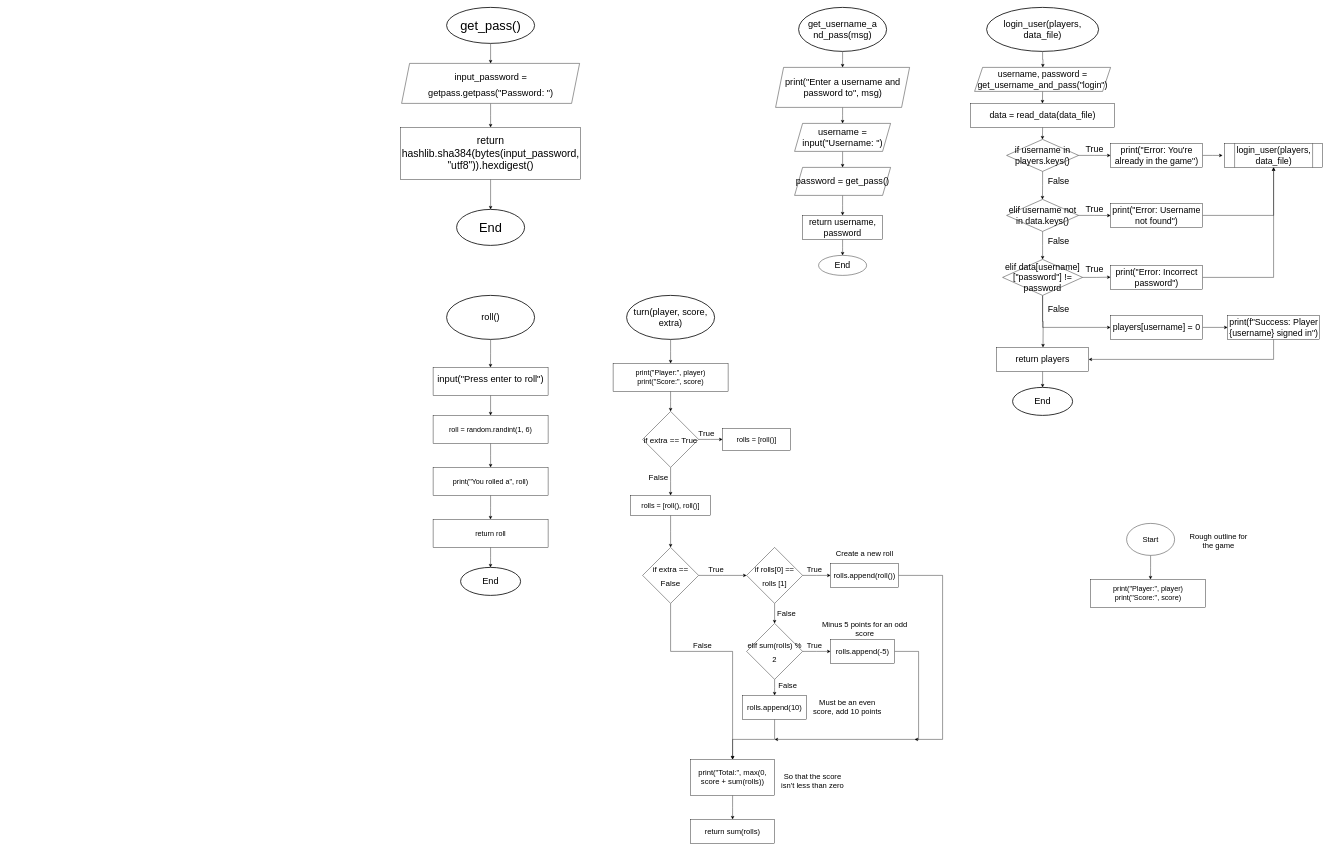
This is Untitled Diagram.drawio from SpyHoodle/python-dice-game, a draw.io file, before an edit. Source tidied: cells renumbered, new cells numbered last; positions are measured from the earlier drawing's top-left corner, leaving out a move shared by most shapes. Both pictures are drawn from the tidied source at 40%, with x=0, y=0 at pixel (400, 7).
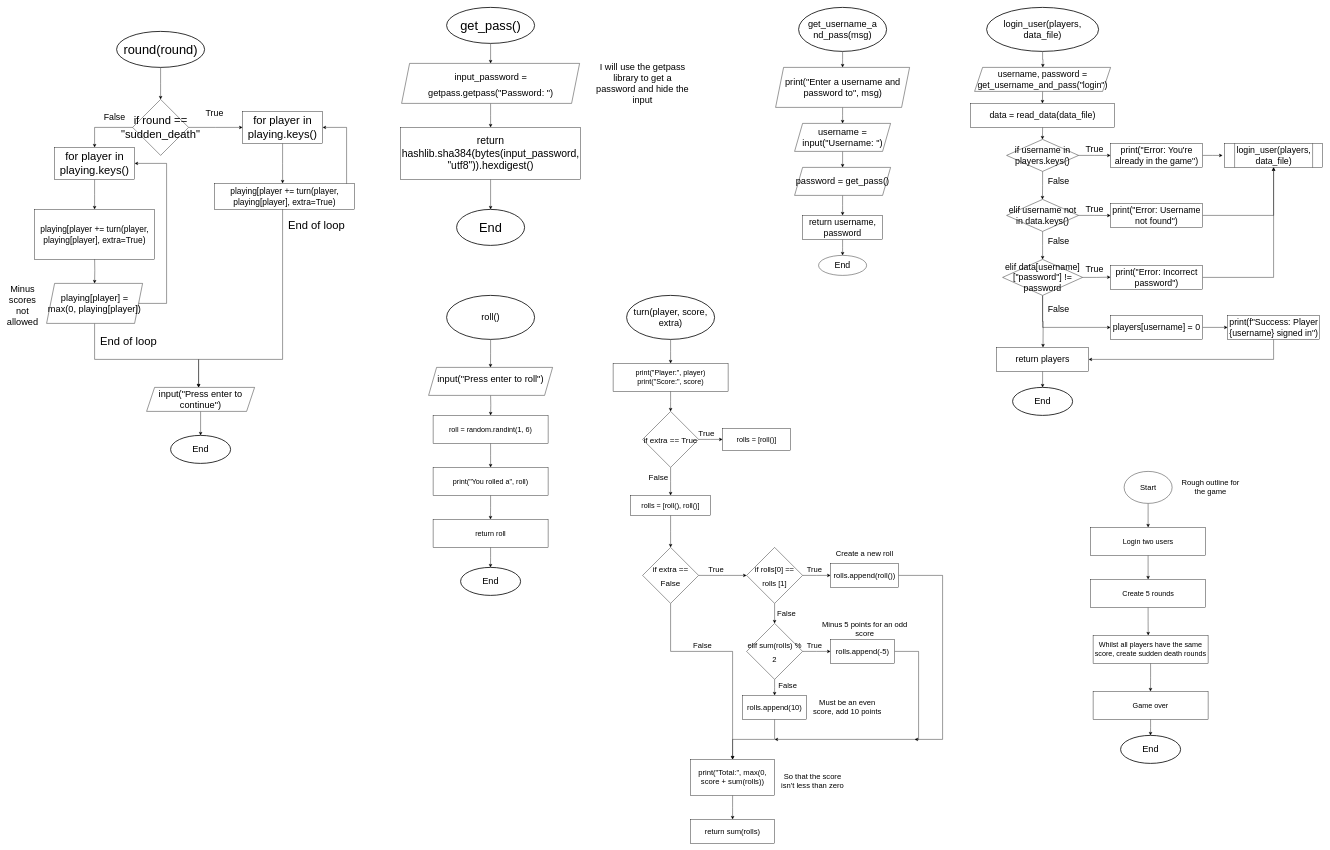
The same diagram, later.

Unchanged cells that the change refers to:
```xml
<mxCell id="61" value="roll = random.randint(1, 6)" style="rounded=0;whiteSpace=wrap;html=1;fontSize=18;" parent="1" vertex="1">
  <mxGeometry x="81.2" y="1020" width="287.5" height="70" as="geometry" />
</mxCell>
```

Change to the diagram source:
```diff
@@
-    <mxCell id="58" style="edgeStyle=orthogonalEdgeStyle;rounded=0;jettySize=auto;html=1;exitX=0.5;exitY=1;exitDx=0;exitDy=0;entryX=0.5;entryY=0;entryDx=0;entryDy=0;fontSize=28;" parent="1" edge="1" source="59" target="61">
-      <mxGeometry relative="1" as="geometry" />
+    <mxCell id="58" style="edgeStyle=orthogonalEdgeStyle;rounded=0;jettySize=auto;html=1;exitX=0.5;exitY=1;exitDx=0;exitDy=0;entryX=0.5;entryY=0;entryDx=0;entryDy=0;fontSize=28;" parent="1" edge="1" target="61">
+      <mxGeometry relative="1" as="geometry">
+        <mxPoint x="225" y="970" as="sourcePoint" />
+      </mxGeometry>
     </mxCell>
-    <mxCell id="59" value="&lt;font style=&quot;font-size: 28px&quot;&gt;&lt;sup&gt;input(&quot;Press enter to roll&quot;)&lt;br style=&quot;font-size: 28px&quot;&gt;&lt;/sup&gt;&lt;/font&gt;" style="rounded=0;whiteSpace=wrap;html=1;fontSize=18;" parent="1" vertex="1">
-      <mxGeometry x="81.2" y="900" width="287.5" height="70" as="geometry" />
-    </mxCell>
@@
-    <mxCell id="107" style="edgeStyle=orthogonalEdgeStyle;rounded=0;jettySize=auto;html=1;exitX=0.5;exitY=1;exitDx=0;exitDy=0;fontSize=19;" parent="1" edge="1" source="108">
-      <mxGeometry relative="1" as="geometry">
-        <mxPoint x="1874.7" y="1430" as="targetPoint" />
-      </mxGeometry>
-    </mxCell>
+    <mxCell id="111" style="edgeStyle=orthogonalEdgeStyle;rounded=0;jettySize=auto;html=1;exitX=0.5;exitY=1;exitDx=0;exitDy=0;entryX=0.5;entryY=0;entryDx=0;entryDy=0;fontSize=19;" parent="1" edge="1" source="108" target="119">
+      <mxGeometry relative="1" as="geometry" />
+    </mxCell>
     <mxCell id="108" value="Start" style="ellipse;whiteSpace=wrap;html=1;fontSize=19;" parent="1" vertex="1">
-      <mxGeometry x="1815" y="1290" width="120" height="80" as="geometry" />
+      <mxGeometry x="1808.8" y="1160" width="120" height="80" as="geometry" />
     </mxCell>
     <mxCell id="109" value="Rough outline for the game" style="text;html=1;strokeColor=none;fillColor=none;align=center;verticalAlign=middle;whiteSpace=wrap;rounded=0;fontSize=19;" parent="1" vertex="1">
-      <mxGeometry x="1965" y="1320" width="160" height="30" as="geometry" />
+      <mxGeometry x="1945" y="1185" width="160" height="30" as="geometry" />
     </mxCell>
+    <mxCell id="112" style="edgeStyle=orthogonalEdgeStyle;rounded=0;jettySize=auto;html=1;exitX=0.5;exitY=1;exitDx=0;exitDy=0;fontSize=19;" parent="1" edge="1" source="110">
+      <mxGeometry relative="1" as="geometry">
+        <mxPoint x="1869" y="1570" as="targetPoint" />
+      </mxGeometry>
+    </mxCell>
-    <mxCell id="110" value="&lt;div&gt;print(&quot;Player:&quot;, player)&lt;/div&gt;&lt;div&gt;print(&quot;Score:&quot;, score)&lt;br&gt;&lt;/div&gt;" style="rounded=0;whiteSpace=wrap;html=1;fontSize=18;" parent="1" vertex="1">
+    <mxCell id="110" value="Create 5 rounds" style="rounded=0;whiteSpace=wrap;html=1;fontSize=18;" parent="1" vertex="1">
       <mxGeometry x="1725" y="1430" width="287.5" height="70" as="geometry" />
     </mxCell>
+    <mxCell id="113" style="edgeStyle=orthogonalEdgeStyle;rounded=0;jettySize=auto;html=1;exitX=0.5;exitY=1;exitDx=0;exitDy=0;fontSize=19;" parent="1" edge="1" source="114">
+      <mxGeometry relative="1" as="geometry">
+        <mxPoint x="1874.7" y="1710" as="targetPoint" />
+      </mxGeometry>
+    </mxCell>
+    <mxCell id="114" value="Whilst all players have the same score, create sudden death rounds" style="rounded=0;whiteSpace=wrap;html=1;fontSize=18;" parent="1" vertex="1">
+      <mxGeometry x="1731.2" y="1570" width="287.5" height="70" as="geometry" />
+    </mxCell>
+    <mxCell id="115" style="edgeStyle=orthogonalEdgeStyle;rounded=0;jettySize=auto;html=1;exitX=0.5;exitY=1;exitDx=0;exitDy=0;fontSize=19;" parent="1" edge="1" source="116">
+      <mxGeometry relative="1" as="geometry">
+        <mxPoint x="1874.7" y="1820" as="targetPoint" />
+      </mxGeometry>
+    </mxCell>
+    <mxCell id="116" value="Game over" style="rounded=0;whiteSpace=wrap;html=1;fontSize=18;" parent="1" vertex="1">
+      <mxGeometry x="1731.2" y="1710" width="287.5" height="70" as="geometry" />
+    </mxCell>
+    <mxCell id="117" value="End" style="strokeWidth=2;html=1;shape=mxgraph.flowchart.start_1;whiteSpace=wrap;fontSize=23;" parent="1" vertex="1">
+      <mxGeometry x="1800" y="1820" width="150" height="70" as="geometry" />
+    </mxCell>
+    <mxCell id="118" style="edgeStyle=orthogonalEdgeStyle;rounded=0;jettySize=auto;html=1;exitX=0.5;exitY=1;exitDx=0;exitDy=0;entryX=0.5;entryY=0;entryDx=0;entryDy=0;fontSize=19;" parent="1" edge="1" source="119" target="110">
+      <mxGeometry relative="1" as="geometry" />
+    </mxCell>
+    <mxCell id="119" value="Login two users" style="rounded=0;whiteSpace=wrap;html=1;fontSize=18;" parent="1" vertex="1">
+      <mxGeometry x="1725" y="1300" width="287.5" height="70" as="geometry" />
+    </mxCell>
+    <mxCell id="120" style="edgeStyle=orthogonalEdgeStyle;rounded=0;jettySize=auto;html=1;exitX=0.5;exitY=1;exitDx=0;exitDy=0;exitPerimeter=0;fontSize=13;" parent="1" edge="1" source="121">
+      <mxGeometry relative="1" as="geometry">
+        <mxPoint x="-600" y="230" as="targetPoint" />
+      </mxGeometry>
+    </mxCell>
+    <mxCell id="121" value="&lt;font style=&quot;font-size: 32px&quot;&gt;round(round)&lt;/font&gt;" style="strokeWidth=2;html=1;shape=mxgraph.flowchart.start_1;whiteSpace=wrap;" parent="1" vertex="1">
+      <mxGeometry x="-710" y="60" width="220" height="90" as="geometry" />
+    </mxCell>
+    <mxCell id="122" style="edgeStyle=orthogonalEdgeStyle;rounded=0;jettySize=auto;html=1;exitX=1;exitY=0.5;exitDx=0;exitDy=0;fontSize=13;" parent="1" edge="1" source="124">
+      <mxGeometry relative="1" as="geometry">
+        <mxPoint x="-395" y="300" as="targetPoint" />
+      </mxGeometry>
+    </mxCell>
+    <mxCell id="123" style="edgeStyle=orthogonalEdgeStyle;rounded=0;jettySize=auto;html=1;exitX=0;exitY=0.5;exitDx=0;exitDy=0;entryX=0.5;entryY=0;entryDx=0;entryDy=0;fontSize=23;" parent="1" edge="1" source="124" target="137">
+      <mxGeometry relative="1" as="geometry" />
+    </mxCell>
+    <mxCell id="124" value="if round == &quot;sudden_death&quot;" style="rhombus;whiteSpace=wrap;html=1;fontSize=28;" parent="1" vertex="1">
+      <mxGeometry x="-670" y="230" width="140" height="140" as="geometry" />
+    </mxCell>
+    <mxCell id="125" style="edgeStyle=orthogonalEdgeStyle;rounded=0;jettySize=auto;html=1;fontSize=28;entryX=1;entryY=0.5;entryDx=0;entryDy=0;" parent="1" edge="1" target="128">
+      <mxGeometry relative="1" as="geometry">
+        <mxPoint x="-135" y="440" as="sourcePoint" />
+        <Array as="points">
+          <mxPoint x="-135" y="460" />
+          <mxPoint x="-135" y="300" />
+        </Array>
+      </mxGeometry>
+    </mxCell>
+    <mxCell id="126" style="edgeStyle=orthogonalEdgeStyle;rounded=0;orthogonalLoop=1;jettySize=auto;html=1;exitX=0.5;exitY=1;exitDx=0;exitDy=0;fontSize=28;" parent="1" edge="1">
+      <mxGeometry relative="1" as="geometry">
+        <mxPoint x="-295" y="500" as="sourcePoint" />
+        <mxPoint x="-505" y="950" as="targetPoint" />
+        <Array as="points">
+          <mxPoint x="-295" y="880" />
+          <mxPoint x="-505" y="880" />
+        </Array>
+      </mxGeometry>
+    </mxCell>
+    <mxCell id="127" style="edgeStyle=orthogonalEdgeStyle;rounded=0;jettySize=auto;html=1;exitX=0.5;exitY=1;exitDx=0;exitDy=0;fontSize=28;" parent="1" edge="1" source="128">
+      <mxGeometry relative="1" as="geometry">
+        <mxPoint x="-295" y="440" as="targetPoint" />
+      </mxGeometry>
+    </mxCell>
+    <mxCell id="128" value="for player in playing.keys()" style="rounded=0;whiteSpace=wrap;html=1;fontSize=28;" parent="1" vertex="1">
+      <mxGeometry x="-395" y="260" width="200" height="80" as="geometry" />
+    </mxCell>
+    <mxCell id="129" value="End of loop" style="text;html=1;strokeColor=none;fillColor=none;align=center;verticalAlign=middle;whiteSpace=wrap;rounded=0;fontSize=28;" parent="1" vertex="1">
+      <mxGeometry x="-285" y="530" width="150" height="30" as="geometry" />
+    </mxCell>
+    <mxCell id="130" value="True" style="text;html=1;strokeColor=none;fillColor=none;align=center;verticalAlign=middle;whiteSpace=wrap;rounded=0;fontSize=22;" parent="1" vertex="1">
+      <mxGeometry x="-495" y="250" width="60" height="30" as="geometry" />
+    </mxCell>
+    <mxCell id="131" style="edgeStyle=orthogonalEdgeStyle;rounded=0;jettySize=auto;html=1;exitX=1;exitY=0.5;exitDx=0;exitDy=0;fontSize=23;entryX=1;entryY=0.5;entryDx=0;entryDy=0;" parent="1" edge="1" source="133" target="137">
+      <mxGeometry relative="1" as="geometry">
+        <Array as="points">
+          <mxPoint x="-585" y="740" />
+          <mxPoint x="-585" y="390" />
+        </Array>
+      </mxGeometry>
+    </mxCell>
+    <mxCell id="132" style="edgeStyle=orthogonalEdgeStyle;rounded=0;jettySize=auto;html=1;exitX=0.5;exitY=1;exitDx=0;exitDy=0;fontSize=23;" parent="1" edge="1" source="133">
+      <mxGeometry relative="1" as="geometry">
+        <mxPoint x="-505" y="950" as="targetPoint" />
+        <Array as="points">
+          <mxPoint x="-765" y="880" />
+          <mxPoint x="-505" y="880" />
+        </Array>
+      </mxGeometry>
+    </mxCell>
+    <mxCell id="133" value="playing[player] = max(0, playing[player])" style="shape=parallelogram;perimeter=parallelogramPerimeter;whiteSpace=wrap;html=1;fixedSize=1;fontSize=23;" parent="1" vertex="1">
+      <mxGeometry x="-885" y="690" width="240" height="100" as="geometry" />
+    </mxCell>
+    <mxCell id="134" value="Minus scores not allowed" style="text;html=1;strokeColor=none;fillColor=none;align=center;verticalAlign=middle;whiteSpace=wrap;rounded=0;fontSize=23;" parent="1" vertex="1">
+      <mxGeometry x="-975" y="730" width="60" height="30" as="geometry" />
+    </mxCell>
+    <mxCell id="135" style="edgeStyle=orthogonalEdgeStyle;rounded=0;jettySize=auto;html=1;exitX=0.5;exitY=1;exitDx=0;exitDy=0;entryX=0.5;entryY=0;entryDx=0;entryDy=0;fontSize=23;" parent="1" edge="1" target="133">
+      <mxGeometry relative="1" as="geometry">
+        <mxPoint x="-765" y="625" as="sourcePoint" />
+      </mxGeometry>
+    </mxCell>
+    <mxCell id="136" style="edgeStyle=orthogonalEdgeStyle;rounded=0;jettySize=auto;html=1;exitX=0.5;exitY=1;exitDx=0;exitDy=0;fontSize=23;" parent="1" edge="1" source="137">
+      <mxGeometry relative="1" as="geometry">
+        <mxPoint x="-765" y="505" as="targetPoint" />
+      </mxGeometry>
+    </mxCell>
+    <mxCell id="137" value="for player in playing.keys()" style="rounded=0;whiteSpace=wrap;html=1;fontSize=28;" parent="1" vertex="1">
+      <mxGeometry x="-865" y="350" width="200" height="80" as="geometry" />
+    </mxCell>
+    <mxCell id="138" value="False" style="text;html=1;strokeColor=none;fillColor=none;align=center;verticalAlign=middle;whiteSpace=wrap;rounded=0;fontSize=22;" parent="1" vertex="1">
+      <mxGeometry x="-745" y="260" width="60" height="30" as="geometry" />
+    </mxCell>
+    <mxCell id="139" value="End of loop" style="text;html=1;strokeColor=none;fillColor=none;align=center;verticalAlign=middle;whiteSpace=wrap;rounded=0;fontSize=28;" parent="1" vertex="1">
+      <mxGeometry x="-755" y="820" width="150" height="30" as="geometry" />
+    </mxCell>
+    <mxCell id="140" value="&lt;div&gt;&lt;font style=&quot;font-size: 21px&quot;&gt;playing[player += turn(player, playing[player], extra=True)&lt;br&gt;&lt;/font&gt;&lt;/div&gt;" style="rounded=0;whiteSpace=wrap;html=1;fontSize=23;" parent="1" vertex="1">
+      <mxGeometry x="-915" y="505" width="300" height="125" as="geometry" />
+    </mxCell>
+    <mxCell id="141" value="&lt;div&gt;&lt;font style=&quot;font-size: 21px&quot;&gt;playing[player += turn(player, playing[player], extra=True)&lt;br&gt;&lt;/font&gt;&lt;/div&gt;" style="rounded=0;whiteSpace=wrap;html=1;fontSize=23;" parent="1" vertex="1">
+      <mxGeometry x="-465" y="440" width="350" height="65" as="geometry" />
+    </mxCell>
+    <mxCell id="142" style="edgeStyle=orthogonalEdgeStyle;rounded=0;jettySize=auto;html=1;exitX=0.5;exitY=1;exitDx=0;exitDy=0;fontSize=23;" parent="1" edge="1" source="143" target="144">
+      <mxGeometry relative="1" as="geometry" />
+    </mxCell>
+    <mxCell id="143" value="input(&quot;Press enter to continue&quot;)" style="shape=parallelogram;perimeter=parallelogramPerimeter;whiteSpace=wrap;html=1;fixedSize=1;fontSize=23;" parent="1" vertex="1">
+      <mxGeometry x="-635" y="950" width="270" height="60" as="geometry" />
+    </mxCell>
+    <mxCell id="59" value="&lt;font style=&quot;font-size: 28px&quot;&gt;&lt;sup&gt;input(&quot;Press enter to roll&quot;)&lt;br style=&quot;font-size: 28px&quot;&gt;&lt;/sup&gt;&lt;/font&gt;" style="shape=parallelogram;perimeter=parallelogramPerimeter;whiteSpace=wrap;html=1;fixedSize=1;fontSize=23;" parent="1" vertex="1">
+      <mxGeometry x="70" y="900" width="310" height="70" as="geometry" />
+    </mxCell>
+    <mxCell id="144" value="End" style="strokeWidth=2;html=1;shape=mxgraph.flowchart.start_1;whiteSpace=wrap;fontSize=23;" parent="1" vertex="1">
+      <mxGeometry x="-575" y="1070" width="150" height="70" as="geometry" />
+    </mxCell>
+    <mxCell id="145" value="I will use the getpass library to get a password and hide the input" style="text;html=1;strokeColor=none;fillColor=none;align=center;verticalAlign=middle;whiteSpace=wrap;rounded=0;fontSize=23;" parent="1" vertex="1">
+      <mxGeometry x="485" y="175" width="240" height="30" as="geometry" />
+    </mxCell>
```
